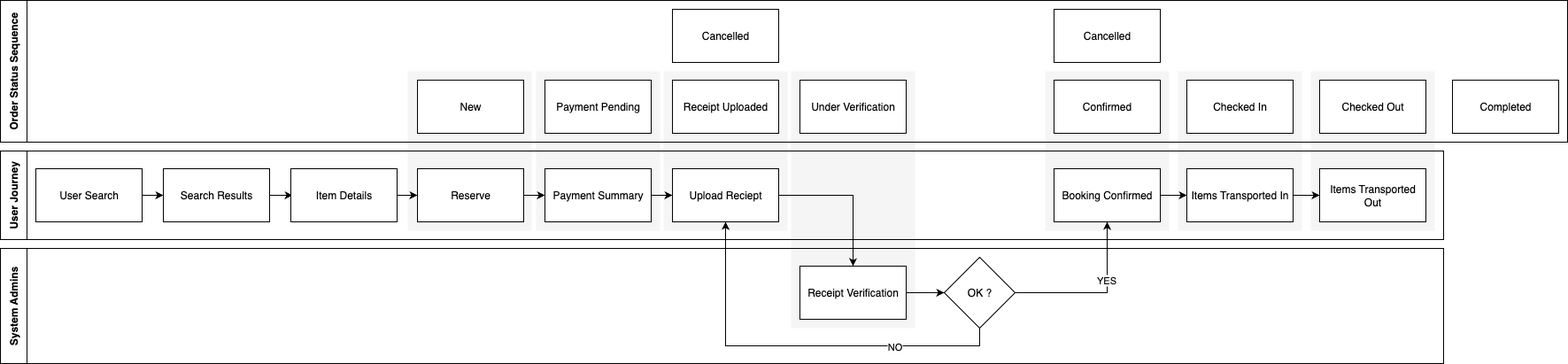
Above: diagrams/system-design-user-jouney.png in Storio-Asia/palletcloud-project-adr (draw.io), before the change. Source tidied: cells renumbered, new cells last; positions are measured from the earlier drawing's top-left corner, leaving out a move shared by most shapes.
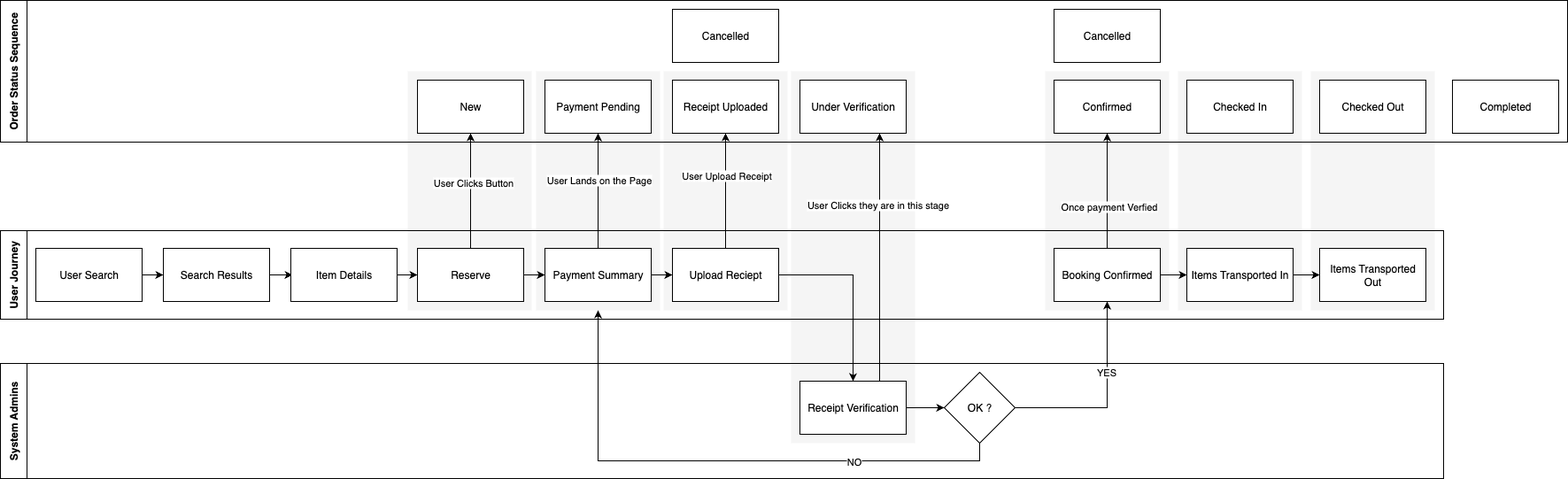
Above is the later version.

Commit message:
Remove .DS_Store file and update system design diagrams for user journey, enhancing layout and adding new connections for improved clarity and detail.

The edit, as a diff of the source:
```diff
@@ -3,71 +3,91 @@
     <mxCell id="0" />
     <mxCell id="1" parent="0" />
     <mxCell id="2" style="rounded=0;whiteSpace=wrap;html=1;fillColor=#f5f5f5;fontColor=#333333;strokeColor=none;" parent="1" vertex="1">
-      <mxGeometry x="1480" y="80" width="140" height="180" as="geometry" />
+      <mxGeometry x="1480" y="80" width="140" height="270" as="geometry" />
     </mxCell>
     <mxCell id="3" style="rounded=0;whiteSpace=wrap;html=1;fillColor=#f5f5f5;fontColor=#333333;strokeColor=none;" parent="1" vertex="1">
-      <mxGeometry x="1330" y="80" width="140" height="180" as="geometry" />
+      <mxGeometry x="1330" y="80" width="140" height="270" as="geometry" />
     </mxCell>
     <mxCell id="4" style="rounded=0;whiteSpace=wrap;html=1;fillColor=#f5f5f5;fontColor=#333333;strokeColor=none;" parent="1" vertex="1">
-      <mxGeometry x="1180" y="80" width="140" height="180" as="geometry" />
+      <mxGeometry x="1180" y="80" width="140" height="270" as="geometry" />
     </mxCell>
     <mxCell id="5" style="rounded=0;whiteSpace=wrap;html=1;fillColor=#f5f5f5;fontColor=#333333;strokeColor=none;" parent="1" vertex="1">
-      <mxGeometry x="893" y="80" width="140" height="290" as="geometry" />
+      <mxGeometry x="893" y="80" width="140" height="420" as="geometry" />
     </mxCell>
     <mxCell id="6" style="rounded=0;whiteSpace=wrap;html=1;fillColor=#f5f5f5;fontColor=#333333;strokeColor=none;" parent="1" vertex="1">
-      <mxGeometry x="749" y="80" width="140" height="180" as="geometry" />
+      <mxGeometry x="749" y="80" width="140" height="270" as="geometry" />
     </mxCell>
     <mxCell id="7" style="rounded=0;whiteSpace=wrap;html=1;fillColor=#f5f5f5;fontColor=#333333;strokeColor=none;" parent="1" vertex="1">
-      <mxGeometry x="605" y="80" width="140" height="180" as="geometry" />
+      <mxGeometry x="605" y="80" width="140" height="270" as="geometry" />
     </mxCell>
     <mxCell id="8" style="rounded=0;whiteSpace=wrap;html=1;fillColor=#f5f5f5;fontColor=#333333;strokeColor=none;" parent="1" vertex="1">
-      <mxGeometry x="460" y="80" width="140" height="180" as="geometry" />
+      <mxGeometry x="460" y="80" width="140" height="270" as="geometry" />
     </mxCell>
     <mxCell id="9" style="edgeStyle=orthogonalEdgeStyle;rounded=0;jettySize=auto;html=1;exitX=1;exitY=0.5;exitDx=0;exitDy=0;entryX=0;entryY=0.5;entryDx=0;entryDy=0;" parent="1" edge="1" source="10" target="12">
       <mxGeometry relative="1" as="geometry" />
     </mxCell>
     <mxCell id="10" value="User Search" style="rounded=0;whiteSpace=wrap;html=1;" parent="1" vertex="1">
-      <mxGeometry x="40" y="190" width="120" height="60" as="geometry" />
+      <mxGeometry x="40" y="280" width="120" height="60" as="geometry" />
     </mxCell>
     <mxCell id="11" style="edgeStyle=orthogonalEdgeStyle;rounded=0;jettySize=auto;html=1;exitX=1;exitY=0.5;exitDx=0;exitDy=0;" parent="1" edge="1" source="12">
       <mxGeometry relative="1" as="geometry">
-        <mxPoint x="330" y="220" as="targetPoint" />
+        <mxPoint x="330" y="310" as="targetPoint" />
       </mxGeometry>
     </mxCell>
     <mxCell id="12" value="Search Results" style="rounded=0;whiteSpace=wrap;html=1;" parent="1" vertex="1">
-      <mxGeometry x="184" y="190" width="120" height="60" as="geometry" />
+      <mxGeometry x="184" y="280" width="120" height="60" as="geometry" />
     </mxCell>
     <mxCell id="13" style="edgeStyle=orthogonalEdgeStyle;rounded=0;jettySize=auto;html=1;exitX=1;exitY=0.5;exitDx=0;exitDy=0;entryX=0;entryY=0.5;entryDx=0;entryDy=0;" parent="1" edge="1" source="14" target="16">
       <mxGeometry relative="1" as="geometry" />
     </mxCell>
     <mxCell id="14" value="Item Details" style="rounded=0;whiteSpace=wrap;html=1;" parent="1" vertex="1">
-      <mxGeometry x="328" y="190" width="120" height="60" as="geometry" />
+      <mxGeometry x="328" y="280" width="120" height="60" as="geometry" />
     </mxCell>
     <mxCell id="15" style="edgeStyle=orthogonalEdgeStyle;rounded=0;jettySize=auto;html=1;exitX=1;exitY=0.5;exitDx=0;exitDy=0;entryX=0;entryY=0.5;entryDx=0;entryDy=0;" parent="1" edge="1" source="16" target="18">
       <mxGeometry relative="1" as="geometry" />
     </mxCell>
     <mxCell id="16" value="Reserve" style="rounded=0;whiteSpace=wrap;html=1;" parent="1" vertex="1">
-      <mxGeometry x="471" y="190" width="120" height="60" as="geometry" />
+      <mxGeometry x="471" y="280" width="120" height="60" as="geometry" />
     </mxCell>
     <mxCell id="17" style="edgeStyle=orthogonalEdgeStyle;rounded=0;jettySize=auto;html=1;exitX=1;exitY=0.5;exitDx=0;exitDy=0;entryX=0;entryY=0.5;entryDx=0;entryDy=0;" parent="1" edge="1" source="18" target="20">
       <mxGeometry relative="1" as="geometry" />
     </mxCell>
+    <mxCell id="48" style="edgeStyle=orthogonalEdgeStyle;rounded=0;jettySize=auto;html=1;entryX=0.5;entryY=1;entryDx=0;entryDy=0;" parent="1" edge="1" source="18" target="39">
+      <mxGeometry relative="1" as="geometry" />
+    </mxCell>
+    <mxCell id="49" value="User Lands on the Page" style="edgeLabel;html=1;align=center;verticalAlign=middle;" parent="48" vertex="1">
+      <mxGeometry x="0.2" relative="1" as="geometry" />
+    </mxCell>
     <mxCell id="18" value="Payment Summary" style="rounded=0;whiteSpace=wrap;html=1;" parent="1" vertex="1">
-      <mxGeometry x="615" y="190" width="120" height="60" as="geometry" />
+      <mxGeometry x="615" y="280" width="120" height="60" as="geometry" />
     </mxCell>
     <mxCell id="19" style="edgeStyle=orthogonalEdgeStyle;rounded=0;jettySize=auto;html=1;entryX=0.5;entryY=0;entryDx=0;entryDy=0;" parent="1" edge="1" source="20" target="22">
       <mxGeometry relative="1" as="geometry" />
     </mxCell>
+    <mxCell id="50" style="edgeStyle=orthogonalEdgeStyle;rounded=0;jettySize=auto;html=1;entryX=0.5;entryY=1;entryDx=0;entryDy=0;" parent="1" edge="1" source="20" target="40">
+      <mxGeometry relative="1" as="geometry" />
+    </mxCell>
+    <mxCell id="51" value="User Upload Receipt" style="edgeLabel;html=1;align=center;verticalAlign=middle;" parent="50" vertex="1">
+      <mxGeometry x="0.28" relative="1" as="geometry" />
+    </mxCell>
     <mxCell id="20" value="Upload Reciept" style="rounded=0;whiteSpace=wrap;html=1;" parent="1" vertex="1">
-      <mxGeometry x="759" y="190" width="120" height="60" as="geometry" />
+      <mxGeometry x="759" y="280" width="120" height="60" as="geometry" />
     </mxCell>
     <mxCell id="21" style="edgeStyle=orthogonalEdgeStyle;rounded=0;jettySize=auto;html=1;entryX=0;entryY=0.5;entryDx=0;entryDy=0;" parent="1" edge="1" source="22" target="27">
       <mxGeometry relative="1" as="geometry" />
     </mxCell>
+    <mxCell id="52" style="edgeStyle=orthogonalEdgeStyle;rounded=0;jettySize=auto;html=1;exitX=0.75;exitY=0;exitDx=0;exitDy=0;entryX=0.75;entryY=1;entryDx=0;entryDy=0;" parent="1" edge="1" source="22" target="41">
+      <mxGeometry relative="1" as="geometry" />
+    </mxCell>
+    <mxCell id="53" value="User Clicks they are in this stage" style="edgeLabel;html=1;align=center;verticalAlign=middle;" parent="52" vertex="1">
+      <mxGeometry x="0.24" relative="1" as="geometry">
+        <mxPoint x="-3" y="-26" as="offset" />
+      </mxGeometry>
+    </mxCell>
     <mxCell id="22" value="Receipt Verification" style="rounded=0;whiteSpace=wrap;html=1;" parent="1" vertex="1">
-      <mxGeometry x="903" y="300" width="120" height="60" as="geometry" />
+      <mxGeometry x="903" y="430" width="120" height="60" as="geometry" />
     </mxCell>
-    <mxCell id="23" style="edgeStyle=orthogonalEdgeStyle;rounded=0;jettySize=auto;html=1;exitX=0.5;exitY=1;exitDx=0;exitDy=0;entryX=0.5;entryY=1;entryDx=0;entryDy=0;" parent="1" edge="1" source="27" target="20">
+    <mxCell id="23" style="edgeStyle=orthogonalEdgeStyle;rounded=0;jettySize=auto;html=1;exitX=0.5;exitY=1;exitDx=0;exitDy=0;entryX=0.5;entryY=1;entryDx=0;entryDy=0;" parent="1" edge="1" source="27" target="7">
       <mxGeometry relative="1" as="geometry" />
     </mxCell>
     <mxCell id="24" value="NO" style="edgeLabel;html=1;align=center;verticalAlign=middle;" parent="23" vertex="1">
@@ -80,10 +100,10 @@
       <mxGeometry x="0.29" y="2" relative="1" as="geometry" />
     </mxCell>
     <mxCell id="27" value="OK ?" style="rhombus;whiteSpace=wrap;html=1;" parent="1" vertex="1">
-      <mxGeometry x="1066" y="290" width="80" height="80" as="geometry" />
+      <mxGeometry x="1066" y="420" width="80" height="80" as="geometry" />
     </mxCell>
     <mxCell id="28" value="User Journey" style="swimlane;horizontal=0;whiteSpace=wrap;html=1;startSize=30;" parent="1" vertex="1">
-      <mxGeometry y="170" width="1630" height="100" as="geometry" />
+      <mxGeometry y="260" width="1630" height="100" as="geometry" />
     </mxCell>
     <mxCell id="29" value="Booking Confirmed" style="rounded=0;whiteSpace=wrap;html=1;" parent="28" vertex="1">
       <mxGeometry x="1190" y="20" width="120" height="60" as="geometry" />
@@ -101,7 +121,7 @@
       <mxGeometry relative="1" as="geometry" />
     </mxCell>
     <mxCell id="34" value="System Admins" style="swimlane;horizontal=0;whiteSpace=wrap;html=1;startSize=30;" parent="1" vertex="1">
-      <mxGeometry y="280" width="1630" height="130" as="geometry" />
+      <mxGeometry y="410" width="1630" height="130" as="geometry" />
     </mxCell>
     <mxCell id="35" value="Order Status Sequence" style="swimlane;horizontal=0;whiteSpace=wrap;html=1;startSize=30;" parent="1" vertex="1">
       <mxGeometry width="1770" height="160" as="geometry" />
@@ -146,5 +166,17 @@
     <mxCell id="47" value="Cancelled" style="rounded=0;whiteSpace=wrap;html=1;" parent="1" vertex="1">
       <mxGeometry x="759" y="10" width="120" height="60" as="geometry" />
     </mxCell>
+    <mxCell id="54" style="edgeStyle=orthogonalEdgeStyle;rounded=0;jettySize=auto;html=1;exitX=0.5;exitY=0;exitDx=0;exitDy=0;entryX=0.5;entryY=1;entryDx=0;entryDy=0;entryPerimeter=0;" parent="1" edge="1" source="16" target="38">
+      <mxGeometry relative="1" as="geometry" />
+    </mxCell>
+    <mxCell id="55" value="User Clicks Button" style="edgeLabel;html=1;align=center;verticalAlign=middle;" parent="54" vertex="1">
+      <mxGeometry x="0.15" y="-2" relative="1" as="geometry" />
+    </mxCell>
+    <mxCell id="56" style="edgeStyle=orthogonalEdgeStyle;rounded=0;jettySize=auto;html=1;entryX=0.5;entryY=1;entryDx=0;entryDy=0;" parent="1" edge="1" source="29" target="42">
+      <mxGeometry relative="1" as="geometry" />
+    </mxCell>
+    <mxCell id="57" value="Once payment Verfied" style="edgeLabel;html=1;align=center;verticalAlign=middle;" parent="56" vertex="1">
+      <mxGeometry x="-0.26" y="-1" relative="1" as="geometry" />
+    </mxCell>
   </root>
 </mxGraphModel>
```
